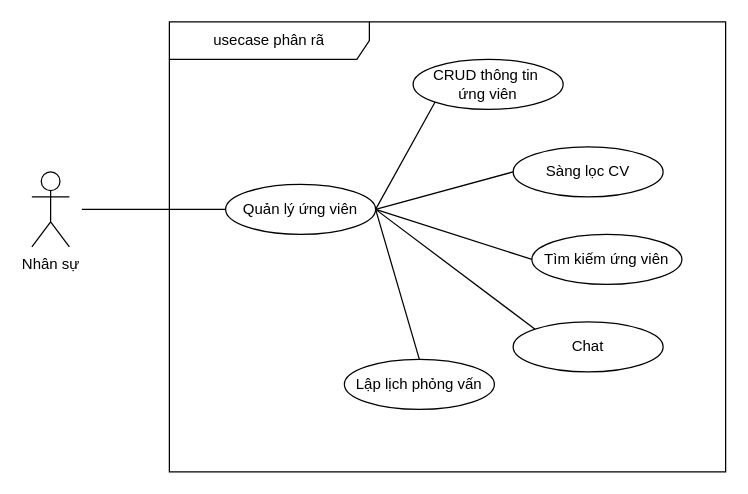
The draw.io diagram design/draw/nhân_sự/quanlyungvien.dio in nmtun/datn_hust_2026, before the edit. Source tidied: cells renumbered, new cells numbered last; positions are measured from the earlier drawing's top-left corner, leaving out a move shared by most shapes. Both pictures are drawn from the tidied source at 125%, with x=0, y=0 at pixel (31, 21).
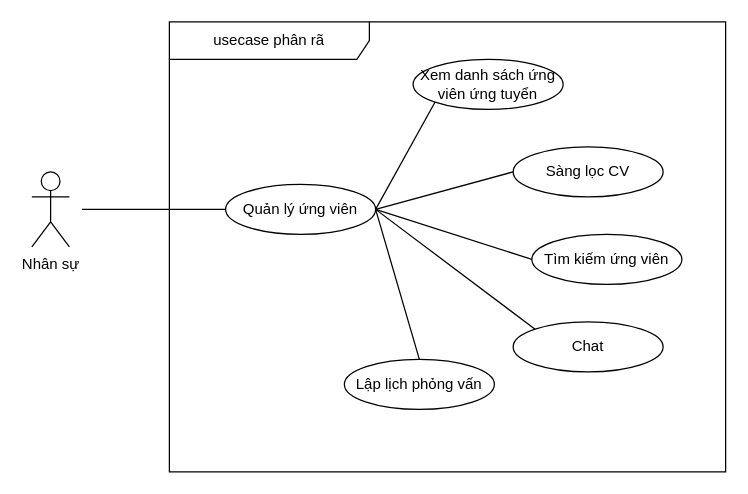
The same diagram, later.

Diff of the diagram source:
```diff
@@
 <mxGraphModel>
   <root>
     <mxCell id="0" />
     <mxCell id="1" parent="0" />
     <mxCell id="2" value="usecase phân rã" style="shape=umlFrame;whiteSpace=wrap;html=1;width=160;" parent="1" vertex="1">
       <mxGeometry x="110" width="445" height="360" as="geometry" />
     </mxCell>
     <mxCell id="3" value="Quản lý ứng viên" style="ellipse;whiteSpace=wrap;html=1;" parent="2" vertex="1">
       <mxGeometry x="45" y="130" width="120" height="40" as="geometry" />
     </mxCell>
-    <mxCell id="4" value="CRUD thông tin&amp;nbsp;&lt;div&gt;ứng viên&lt;/div&gt;" style="ellipse;whiteSpace=wrap;html=1;" parent="2" vertex="1">
+    <mxCell id="4" value="Xem danh sách ứng viên ứng tuyển" style="ellipse;whiteSpace=wrap;html=1;" parent="2" vertex="1">
       <mxGeometry x="195" y="30" width="120" height="40" as="geometry" />
     </mxCell>
     <mxCell id="5" value="Tìm kiếm ứng viên" style="ellipse;whiteSpace=wrap;html=1;" parent="2" vertex="1">
       <mxGeometry x="290" y="170" width="120" height="40" as="geometry" />
     </mxCell>
     <mxCell id="6" style="endArrow=none;startArrow=none;endFill=0;startFill=0;endSize=8;html=1;verticalAlign=bottom;labelBackgroundColor=none;strokeWidth=1;entryX=0;entryY=1;entryDx=0;entryDy=0;exitX=1;exitY=0.5;exitDx=0;exitDy=0;" parent="2" edge="1" source="3" target="4">
       <mxGeometry relative="1" as="geometry" />
     </mxCell>
     <mxCell id="7" style="endArrow=none;startArrow=none;endFill=0;startFill=0;endSize=8;html=1;verticalAlign=bottom;labelBackgroundColor=none;strokeWidth=1;entryX=0;entryY=0.5;entryDx=0;entryDy=0;exitX=1;exitY=0.5;exitDx=0;exitDy=0;" parent="2" edge="1" source="3" target="5">
       <mxGeometry relative="1" as="geometry" />
     </mxCell>
     <mxCell id="8" value="Chat" style="ellipse;whiteSpace=wrap;html=1;" parent="2" vertex="1">
       <mxGeometry x="275" y="240" width="120" height="40" as="geometry" />
     </mxCell>
     <mxCell id="9" style="endArrow=none;startArrow=none;endFill=0;startFill=0;endSize=8;html=1;verticalAlign=bottom;labelBackgroundColor=none;strokeWidth=1;entryX=0;entryY=0;entryDx=0;entryDy=0;exitX=1;exitY=0.5;exitDx=0;exitDy=0;" parent="2" edge="1" source="3" target="8">
       <mxGeometry relative="1" as="geometry" />
     </mxCell>
     <mxCell id="10" value="Sàng lọc CV" style="ellipse;whiteSpace=wrap;html=1;" parent="2" vertex="1">
       <mxGeometry x="275" y="100" width="120" height="40" as="geometry" />
     </mxCell>
     <mxCell id="11" value="Lập lịch phỏng vấn" style="ellipse;whiteSpace=wrap;html=1;" parent="2" vertex="1">
       <mxGeometry x="140" y="270" width="120" height="40" as="geometry" />
     </mxCell>
     <mxCell id="12" style="endArrow=none;startArrow=none;endFill=0;startFill=0;endSize=8;html=1;verticalAlign=bottom;labelBackgroundColor=none;strokeWidth=1;entryX=0.5;entryY=0;entryDx=0;entryDy=0;exitX=1;exitY=0.5;exitDx=0;exitDy=0;" parent="2" edge="1" source="3" target="11">
       <mxGeometry relative="1" as="geometry" />
     </mxCell>
     <mxCell id="13" style="endArrow=none;startArrow=none;endFill=0;startFill=0;endSize=8;html=1;verticalAlign=bottom;labelBackgroundColor=none;strokeWidth=1;entryX=0;entryY=0.5;entryDx=0;entryDy=0;exitX=1;exitY=0.5;exitDx=0;exitDy=0;" parent="2" edge="1" source="3" target="10">
       <mxGeometry relative="1" as="geometry" />
     </mxCell>
     <mxCell id="14" value="Nhân sự" style="shape=umlActor;verticalLabelPosition=bottom;verticalAlign=top;html=1;" parent="1" vertex="1">
       <mxGeometry y="120" width="30" height="60" as="geometry" />
     </mxCell>
     <mxCell id="15" style="endArrow=none;startArrow=none;endFill=0;startFill=0;endSize=8;html=1;verticalAlign=bottom;labelBackgroundColor=none;strokeWidth=1;entryX=0;entryY=0.5;entryDx=0;entryDy=0;" parent="1" edge="1" target="3">
       <mxGeometry relative="1" as="geometry">
         <mxPoint x="40" y="150" as="sourcePoint" />
       </mxGeometry>
     </mxCell>
   </root>
 </mxGraphModel>
```
